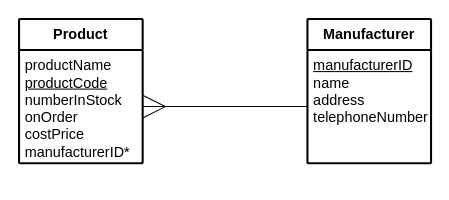
This is page "Manufacturer" (10 of 13) of n5/ddd/N5-DDD-Clydeview/assets/N5 DDD Clydeview.drawio from MrFriendCS/MrFriendCS.github.io, a draw.io file, before an edit. Source tidied: cells renumbered, new cells numbered last; positions are measured from the earlier drawing's top-left corner, leaving out a move shared by most shapes. Both pictures are drawn from the tidied source at 103%, with x=0, y=0 at pixel (19, 19).
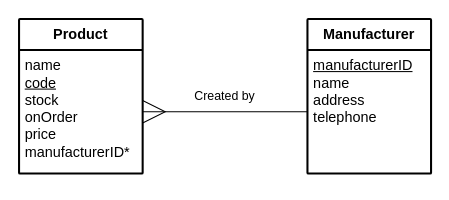
The same diagram, later.

What changed in the source:
```diff
@@
 <mxGraphModel>
   <root>
     <mxCell id="0" />
     <mxCell id="1" parent="0" />
-    <mxCell id="2" value="&lt;b&gt;Product&lt;/b&gt;" style="swimlane;horizontal=1;startSize=30;rounded=1;fontSize=14;fontStyle=0;strokeWidth=2;shadow=0;dashed=0;align=center;arcSize=1;whiteSpace=wrap;html=1;" parent="1" vertex="1">
-      <mxGeometry width="120" height="140" as="geometry" />
+    <mxCell id="2" value="&lt;b&gt;Product&lt;/b&gt;" style="swimlane;horizontal=1;startSize=30;rounded=1;fontSize=14;fontStyle=0;strokeWidth=2;shadow=0;dashed=0;align=center;arcSize=1;whiteSpace=wrap;html=1;fillColor=none;" parent="1" vertex="1">
+      <mxGeometry width="120" height="150" as="geometry" />
     </mxCell>
-    <mxCell id="3" value="&lt;font style=&quot;font-size: 14px;&quot;&gt;productName&lt;br&gt;&lt;u&gt;productCode&lt;br&gt;&lt;/u&gt;numberInStock&lt;br&gt;onOrder&lt;br&gt;costPrice&lt;br&gt;manufacturerID*&lt;/font&gt;" style="align=left;strokeColor=none;fillColor=none;spacingLeft=4;fontSize=12;verticalAlign=top;html=1;" parent="2" vertex="1">
-      <mxGeometry y="30" width="120" height="110" as="geometry" />
+    <mxCell id="3" value="&lt;font style=&quot;font-size: 14px;&quot;&gt;name&lt;br&gt;&lt;u&gt;code&lt;br&gt;&lt;/u&gt;stock&lt;br&gt;onOrder&lt;br&gt;price&lt;br&gt;manufacturerID*&lt;/font&gt;" style="align=left;strokeColor=none;fillColor=none;spacingLeft=4;fontSize=12;verticalAlign=top;html=1;" parent="2" vertex="1">
+      <mxGeometry y="30" width="120" height="120" as="geometry" />
     </mxCell>
     <mxCell id="4" style="edgeStyle=orthogonalEdgeStyle;rounded=0;orthogonalLoop=1;jettySize=auto;html=1;exitX=0.5;exitY=1;exitDx=0;exitDy=0;" parent="2" edge="1" source="3" target="3">
       <mxGeometry relative="1" as="geometry" />
     </mxCell>
-    <mxCell id="5" value="&lt;b&gt;Manufacturer&lt;/b&gt;" style="swimlane;horizontal=1;startSize=30;rounded=1;fontSize=14;fontStyle=0;strokeWidth=2;shadow=0;dashed=0;align=center;arcSize=1;whiteSpace=wrap;html=1;" parent="1" vertex="1">
-      <mxGeometry x="280" width="120" height="140" as="geometry" />
+    <mxCell id="5" value="&lt;b&gt;Manufacturer&lt;/b&gt;" style="swimlane;horizontal=1;startSize=30;rounded=1;fontSize=14;fontStyle=0;strokeWidth=2;shadow=0;dashed=0;align=center;arcSize=1;whiteSpace=wrap;html=1;fillColor=none;" parent="1" vertex="1">
+      <mxGeometry x="280" width="120" height="150" as="geometry" />
     </mxCell>
-    <mxCell id="6" value="&lt;font style=&quot;font-size: 14px;&quot;&gt;&lt;u&gt;manufacturerID&lt;/u&gt;&lt;br&gt;name&lt;br&gt;address&lt;br&gt;telephoneNumber&lt;/font&gt;" style="align=left;strokeColor=none;fillColor=none;spacingLeft=4;fontSize=12;verticalAlign=top;html=1;" parent="5" vertex="1">
-      <mxGeometry y="30" width="120" height="110" as="geometry" />
+    <mxCell id="6" value="&lt;font style=&quot;font-size: 14px;&quot;&gt;&lt;u&gt;manufacturerID&lt;/u&gt;&lt;br&gt;name&lt;br&gt;address&lt;br&gt;telephone&lt;/font&gt;" style="align=left;strokeColor=none;fillColor=none;spacingLeft=4;fontSize=12;verticalAlign=top;html=1;" parent="5" vertex="1">
+      <mxGeometry y="30" width="120" height="120" as="geometry" />
     </mxCell>
     <mxCell id="7" style="rounded=0;jettySize=auto;html=1;exitX=1;exitY=0.5;exitDx=0;exitDy=0;entryX=0;entryY=0.5;entryDx=0;entryDy=0;endArrow=none;endFill=0;startArrow=ERmany;startFill=0;startSize=20;" parent="1" edge="1" source="3" target="6">
       <mxGeometry relative="1" as="geometry" />
     </mxCell>
+    <mxCell id="8" value="Created by" style="text;html=1;align=center;verticalAlign=middle;whiteSpace=wrap;rounded=0;" parent="1" vertex="1">
+      <mxGeometry x="160" y="60" width="80" height="30" as="geometry" />
+    </mxCell>
   </root>
 </mxGraphModel>
```
